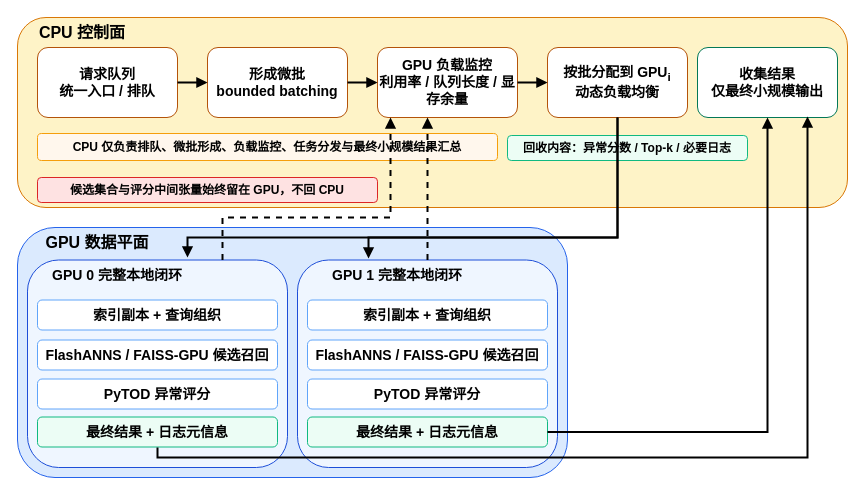
Above: figures/fig5_2_cpu_control_plane_microbatch.drawio in HuangEven/latex-template (draw.io), before the change. Source tidied: cells renumbered, new cells numbered last; positions are measured from the earlier drawing's top-left corner, leaving out a move shared by most shapes. Both pictures are drawn from the tidied source at 100%, with x=0, y=0 at pixel (17, 17).
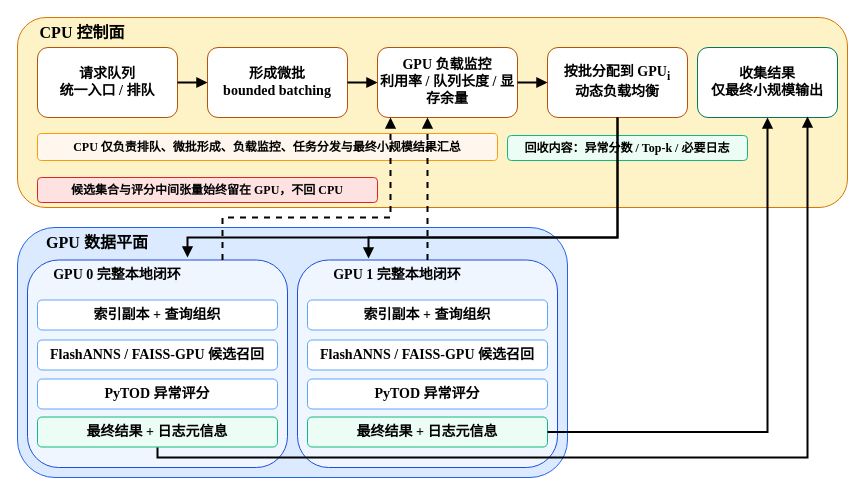
The same diagram, later.

Diff of the diagram source:
```diff
@@
-    <mxCell id="4" value="请求队列&#10;统一入口 / 排队" style="rounded=1;whiteSpace=wrap;html=1;fillColor=#FFFFFF;strokeColor=#B45309;fontSize=14;fontStyle=1;fontColor=#000000;" parent="1" vertex="1">
+    <mxCell id="4" value="请求队列&#10;统一入口 / 排队" style="rounded=1;whiteSpace=wrap;html=1;fillColor=#FFFFFF;strokeColor=#B45309;fontSize=14;fontStyle=1;fontColor=#000000;fontFamily=Times New Roman;" parent="1" vertex="1">
       <mxGeometry x="20" y="30" width="140" height="70" as="geometry" />
     </mxCell>
-    <mxCell id="5" value="形成微批&#10;bounded batching" style="rounded=1;whiteSpace=wrap;html=1;fillColor=#FFFFFF;strokeColor=#B45309;fontSize=14;fontStyle=1;fontColor=#000000;" parent="1" vertex="1">
+    <mxCell id="5" value="形成微批&#10;bounded batching" style="rounded=1;whiteSpace=wrap;html=1;fillColor=#FFFFFF;strokeColor=#B45309;fontSize=14;fontStyle=1;fontColor=#000000;fontFamily=Times New Roman;" parent="1" vertex="1">
       <mxGeometry x="190" y="30" width="140" height="70" as="geometry" />
     </mxCell>
-    <mxCell id="6" value="GPU 负载监控&#10;利用率 / 队列长度 / 显存余量" style="rounded=1;whiteSpace=wrap;html=1;fillColor=#FFFFFF;strokeColor=#B45309;fontSize=14;fontStyle=1;fontColor=#000000;" parent="1" vertex="1">
+    <mxCell id="6" value="GPU 负载监控&#10;利用率 / 队列长度 / 显存余量" style="rounded=1;whiteSpace=wrap;html=1;fillColor=#FFFFFF;strokeColor=#B45309;fontSize=14;fontStyle=1;fontColor=#000000;fontFamily=Times New Roman;" parent="1" vertex="1">
       <mxGeometry x="360" y="30" width="140" height="70" as="geometry" />
     </mxCell>
-    <mxCell id="7" value="按批分配到 GPU&lt;sub&gt;i&lt;/sub&gt;&lt;br&gt;动态负载均衡" style="rounded=1;whiteSpace=wrap;html=1;fillColor=#FFFFFF;strokeColor=#B45309;fontSize=14;fontStyle=1;fontColor=#000000;" parent="1" vertex="1">
+    <mxCell id="7" value="按批分配到 GPU&lt;sub&gt;i&lt;/sub&gt;&lt;br&gt;动态负载均衡" style="rounded=1;whiteSpace=wrap;html=1;fillColor=#FFFFFF;strokeColor=#B45309;fontSize=14;fontStyle=1;fontColor=#000000;fontFamily=Times New Roman;" parent="1" vertex="1">
       <mxGeometry x="530" y="30" width="140" height="70" as="geometry" />
     </mxCell>
-    <mxCell id="8" value="收集结果&#10;仅最终小规模输出" style="rounded=1;whiteSpace=wrap;html=1;fillColor=#FFFFFF;strokeColor=#047857;fontSize=14;fontStyle=1;fontColor=#000000;" parent="1" vertex="1">
+    <mxCell id="8" value="收集结果&#10;仅最终小规模输出" style="rounded=1;whiteSpace=wrap;html=1;fillColor=#FFFFFF;strokeColor=#047857;fontSize=14;fontStyle=1;fontColor=#000000;fontFamily=Times New Roman;" parent="1" vertex="1">
       <mxGeometry x="680" y="30" width="140" height="70" as="geometry" />
     </mxCell>
-    <mxCell id="9" value="CPU 仅负责排队、微批形成、负载监控、任务分发与最终小规模结果汇总" style="rounded=1;whiteSpace=wrap;html=1;fillColor=#FFF7ED;strokeColor=#F59E0B;fontSize=12;fontColor=#000000;fontStyle=1;" parent="1" vertex="1">
+    <mxCell id="9" value="CPU 仅负责排队、微批形成、负载监控、任务分发与最终小规模结果汇总" style="rounded=1;whiteSpace=wrap;html=1;fillColor=#FFF7ED;strokeColor=#F59E0B;fontSize=12;fontColor=#000000;fontStyle=1;fontFamily=Times New Roman;" parent="1" vertex="1">
       <mxGeometry x="20" y="116" width="460" height="27" as="geometry" />
     </mxCell>
-    <mxCell id="10" value="候选集合与评分中间张量始终留在 GPU，不回 CPU" style="rounded=1;whiteSpace=wrap;html=1;fillColor=#FEE2E2;strokeColor=#DC2626;fontSize=12;fontStyle=1;fontColor=#000000;rotation=0;" parent="1" vertex="1">
+    <mxCell id="10" value="候选集合与评分中间张量始终留在 GPU，不回 CPU" style="rounded=1;whiteSpace=wrap;html=1;fillColor=#FEE2E2;strokeColor=#DC2626;fontSize=12;fontStyle=1;fontColor=#000000;rotation=0;fontFamily=Times New Roman;" parent="1" vertex="1">
       <mxGeometry x="20" y="160" width="340" height="25" as="geometry" />
     </mxCell>
@@
-    <mxCell id="12" value="索引副本 + 查询组织" style="rounded=1;whiteSpace=wrap;html=1;fillColor=#FFFFFF;strokeColor=#60A5FA;fontSize=14;fontColor=#000000;fontStyle=1;" parent="1" vertex="1">
+    <mxCell id="12" value="索引副本 + 查询组织" style="rounded=1;whiteSpace=wrap;html=1;fillColor=#FFFFFF;strokeColor=#60A5FA;fontSize=14;fontColor=#000000;fontStyle=1;fontFamily=Times New Roman;" parent="1" vertex="1">
       <mxGeometry x="20" y="282.5" width="240" height="30" as="geometry" />
     </mxCell>
-    <mxCell id="13" value="FlashANNS / FAISS-GPU 候选召回" style="rounded=1;whiteSpace=wrap;html=1;fillColor=#FFFFFF;strokeColor=#60A5FA;fontSize=14;rotation=0;fontColor=#000000;fontStyle=1;" parent="1" vertex="1">
+    <mxCell id="13" value="FlashANNS / FAISS-GPU 候选召回" style="rounded=1;whiteSpace=wrap;html=1;fillColor=#FFFFFF;strokeColor=#60A5FA;fontSize=14;rotation=0;fontColor=#000000;fontStyle=1;fontFamily=Times New Roman;" parent="1" vertex="1">
       <mxGeometry x="20" y="322.5" width="240" height="30" as="geometry" />
     </mxCell>
-    <mxCell id="14" value="PyTOD 异常评分" style="rounded=1;whiteSpace=wrap;html=1;fillColor=#FFFFFF;strokeColor=#60A5FA;fontSize=14;fontColor=#000000;fontStyle=1;" parent="1" vertex="1">
+    <mxCell id="14" value="PyTOD 异常评分" style="rounded=1;whiteSpace=wrap;html=1;fillColor=#FFFFFF;strokeColor=#60A5FA;fontSize=14;fontColor=#000000;fontStyle=1;fontFamily=Times New Roman;" parent="1" vertex="1">
       <mxGeometry x="20" y="361.5" width="240" height="30" as="geometry" />
     </mxCell>
-    <mxCell id="15" value="最终结果 + 日志元信息" style="rounded=1;whiteSpace=wrap;html=1;fillColor=#ECFDF5;strokeColor=#10B981;fontSize=14;fontStyle=1;fontColor=#000000;" parent="1" vertex="1">
+    <mxCell id="15" value="最终结果 + 日志元信息" style="rounded=1;whiteSpace=wrap;html=1;fillColor=#ECFDF5;strokeColor=#10B981;fontSize=14;fontStyle=1;fontColor=#000000;fontFamily=Times New Roman;" parent="1" vertex="1">
       <mxGeometry x="20" y="399.5" width="240" height="30" as="geometry" />
     </mxCell>
@@
-    <mxCell id="17" value="索引副本 + 查询组织" style="rounded=1;whiteSpace=wrap;html=1;fillColor=#FFFFFF;strokeColor=#60A5FA;fontSize=14;fontColor=#000000;fontStyle=1;" parent="1" vertex="1">
+    <mxCell id="17" value="索引副本 + 查询组织" style="rounded=1;whiteSpace=wrap;html=1;fillColor=#FFFFFF;strokeColor=#60A5FA;fontSize=14;fontColor=#000000;fontStyle=1;fontFamily=Times New Roman;" parent="1" vertex="1">
       <mxGeometry x="290" y="282.5" width="240" height="30" as="geometry" />
     </mxCell>
-    <mxCell id="18" value="FlashANNS / FAISS-GPU 候选召回" style="rounded=1;whiteSpace=wrap;html=1;fillColor=#FFFFFF;strokeColor=#60A5FA;fontSize=14;fontColor=#000000;fontStyle=1;" parent="1" vertex="1">
+    <mxCell id="18" value="FlashANNS / FAISS-GPU 候选召回" style="rounded=1;whiteSpace=wrap;html=1;fillColor=#FFFFFF;strokeColor=#60A5FA;fontSize=14;fontColor=#000000;fontStyle=1;fontFamily=Times New Roman;" parent="1" vertex="1">
       <mxGeometry x="290" y="322.5" width="240" height="30" as="geometry" />
     </mxCell>
-    <mxCell id="19" value="PyTOD 异常评分" style="rounded=1;whiteSpace=wrap;html=1;fillColor=#FFFFFF;strokeColor=#60A5FA;fontSize=14;fontColor=#000000;fontStyle=1;" parent="1" vertex="1">
+    <mxCell id="19" value="PyTOD 异常评分" style="rounded=1;whiteSpace=wrap;html=1;fillColor=#FFFFFF;strokeColor=#60A5FA;fontSize=14;fontColor=#000000;fontStyle=1;fontFamily=Times New Roman;" parent="1" vertex="1">
       <mxGeometry x="290" y="361.5" width="240" height="30" as="geometry" />
     </mxCell>
-    <mxCell id="20" value="最终结果 + 日志元信息" style="rounded=1;whiteSpace=wrap;html=1;fillColor=#ECFDF5;strokeColor=#10B981;fontSize=14;fontStyle=1;fontColor=#000000;" parent="1" vertex="1">
+    <mxCell id="20" value="最终结果 + 日志元信息" style="rounded=1;whiteSpace=wrap;html=1;fillColor=#ECFDF5;strokeColor=#10B981;fontSize=14;fontStyle=1;fontColor=#000000;fontFamily=Times New Roman;" parent="1" vertex="1">
       <mxGeometry x="290" y="399.5" width="240" height="30" as="geometry" />
     </mxCell>
-    <mxCell id="21" value="回收内容：异常分数 / Top-k / 必要日志" style="rounded=1;whiteSpace=wrap;html=1;fillColor=#ECFDF5;strokeColor=#10B981;fontSize=12;fontColor=#000000;fontStyle=1;" parent="1" vertex="1">
+    <mxCell id="21" value="回收内容：异常分数 / Top-k / 必要日志" style="rounded=1;whiteSpace=wrap;html=1;fillColor=#ECFDF5;strokeColor=#10B981;fontSize=12;fontColor=#000000;fontStyle=1;fontFamily=Times New Roman;" parent="1" vertex="1">
       <mxGeometry x="490" y="118" width="240" height="25" as="geometry" />
     </mxCell>
@@
-    <mxCell id="31" value="&lt;span style=&quot;text-align: left;&quot;&gt;CPU 控制面&lt;/span&gt;" style="text;html=1;align=center;verticalAlign=middle;whiteSpace=wrap;rounded=0;fontSize=16;fontColor=#000000;fontStyle=1;" parent="1" vertex="1">
+    <mxCell id="31" value="&lt;span style=&quot;text-align: left;&quot;&gt;CPU 控制面&lt;/span&gt;" style="text;html=1;align=center;verticalAlign=middle;whiteSpace=wrap;rounded=0;fontSize=16;fontColor=#000000;fontStyle=1;fontFamily=Times New Roman;" parent="1" vertex="1">
       <mxGeometry x="10" width="110" height="30" as="geometry" />
     </mxCell>
-    <mxCell id="32" value="&lt;span style=&quot;font-weight: 700; text-align: left;&quot;&gt;GPU 数据平面&lt;/span&gt;" style="text;html=1;align=center;verticalAlign=middle;whiteSpace=wrap;rounded=0;fontSize=16;" parent="1" vertex="1">
+    <mxCell id="32" value="&lt;span style=&quot;font-weight: 700; text-align: left;&quot;&gt;GPU 数据平面&lt;/span&gt;" style="text;html=1;align=center;verticalAlign=middle;whiteSpace=wrap;rounded=0;fontSize=16;fontFamily=Times New Roman;" parent="1" vertex="1">
       <mxGeometry x="20" y="210" width="120" height="30" as="geometry" />
     </mxCell>
-    <mxCell id="33" value="&lt;span style=&quot;font-size: 14px; font-weight: 700; text-align: left;&quot;&gt;GPU 0 完整本地闭环&lt;/span&gt;" style="text;html=1;align=center;verticalAlign=middle;whiteSpace=wrap;rounded=0;" parent="1" vertex="1">
+    <mxCell id="33" value="&lt;span style=&quot;font-size: 14px; font-weight: 700; text-align: left;&quot;&gt;GPU 0 完整本地闭环&lt;/span&gt;" style="text;html=1;align=center;verticalAlign=middle;whiteSpace=wrap;rounded=0;fontFamily=Times New Roman;" parent="1" vertex="1">
       <mxGeometry x="20" y="242.5" width="160" height="30" as="geometry" />
     </mxCell>
-    <mxCell id="34" value="&lt;span style=&quot;font-size: 14px; font-weight: 700; text-align: left;&quot;&gt;GPU 1 完整本地闭环&lt;/span&gt;" style="text;html=1;align=center;verticalAlign=middle;whiteSpace=wrap;rounded=0;" parent="1" vertex="1">
+    <mxCell id="34" value="&lt;span style=&quot;font-size: 14px; font-weight: 700; text-align: left;&quot;&gt;GPU 1 完整本地闭环&lt;/span&gt;" style="text;html=1;align=center;verticalAlign=middle;whiteSpace=wrap;rounded=0;fontFamily=Times New Roman;" parent="1" vertex="1">
       <mxGeometry x="300" y="242.5" width="160" height="30" as="geometry" />
     </mxCell>
```
